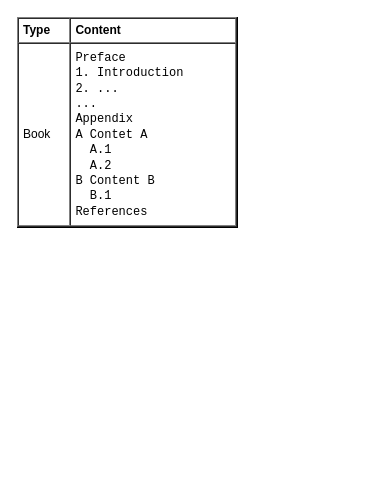
yangdj/tf_docs keeps this draw.io diagram as page "document" (4 of 5) of ux/ux.drawio. Above is the earlier version. Source tidied: cells renumbered, new cells numbered last; positions are measured from the earlier drawing's top-left corner, leaving out a move shared by most shapes. Both pictures are drawn from the tidied source at 100%, with x=0, y=0 at pixel (17, 17).
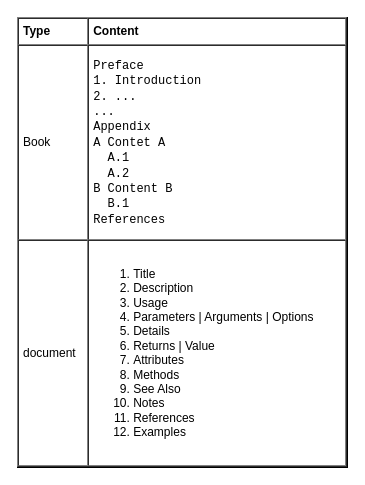
After the change.

What changed in the source:
```diff
@@
 <mxGraphModel>
   <root>
     <mxCell id="0" />
     <mxCell id="1" parent="0" />
-    <mxCell id="2" value="&lt;table cellpadding=&quot;4&quot; cellspacing=&quot;0&quot; border=&quot;1&quot; style=&quot;font-size: 1em ; width: 100% ; height: 100%&quot;&gt;&lt;tbody&gt;&lt;tr&gt;&lt;th&gt;Type&lt;/th&gt;&lt;th&gt;Content&lt;/th&gt;&lt;/tr&gt;&lt;tr&gt;&lt;td&gt;Book&lt;/td&gt;&lt;td&gt;&lt;font face=&quot;Courier New&quot;&gt;Preface&lt;br&gt;1. Introduction&lt;br&gt;2. ...&lt;br&gt;...&lt;br&gt;Appendix&lt;br&gt;A Contet A&lt;br&gt;&amp;nbsp; A.1&lt;br&gt;&amp;nbsp; A.2&lt;br&gt;B Content B&lt;br&gt;&amp;nbsp; B.1&lt;br&gt;References&lt;/font&gt;&lt;/td&gt;&lt;/tr&gt;&lt;/tbody&gt;&lt;/table&gt; " style="verticalAlign=top;align=left;overflow=fill;fontSize=12;fontFamily=Helvetica;html=1;" parent="1" vertex="1">
-      <mxGeometry width="220" height="210" as="geometry" />
+    <mxCell id="2" value="&lt;table cellpadding=&quot;4&quot; cellspacing=&quot;0&quot; border=&quot;1&quot; style=&quot;font-size: 1em ; width: 100% ; height: 100%&quot;&gt;&lt;tbody&gt;&lt;tr&gt;&lt;th&gt;Type&lt;/th&gt;&lt;th&gt;Content&lt;/th&gt;&lt;/tr&gt;&lt;tr&gt;&lt;td&gt;Book&lt;/td&gt;&lt;td&gt;&lt;font face=&quot;Courier New&quot;&gt;Preface&lt;br&gt;1. Introduction&lt;br&gt;2. ...&lt;br&gt;...&lt;br&gt;Appendix&lt;br&gt;A Contet A&lt;br&gt;&amp;nbsp; A.1&lt;br&gt;&amp;nbsp; A.2&lt;br&gt;B Content B&lt;br&gt;&amp;nbsp; B.1&lt;br&gt;References&lt;/font&gt;&lt;/td&gt;&lt;/tr&gt;&lt;tr&gt;&lt;td&gt;document&lt;/td&gt;&lt;td&gt;&lt;ol&gt;&lt;li&gt;Title&lt;/li&gt;&lt;li&gt;Description&lt;/li&gt;&lt;li&gt;Usage&lt;/li&gt;&lt;li&gt;Parameters | Arguments | Options&lt;/li&gt;&lt;li&gt;Details&lt;/li&gt;&lt;li&gt;Returns | Value&lt;/li&gt;&lt;li&gt;Attributes&lt;/li&gt;&lt;li&gt;Methods&lt;/li&gt;&lt;li&gt;See Also&lt;/li&gt;&lt;li&gt;Notes&lt;/li&gt;&lt;li&gt;References&lt;/li&gt;&lt;li&gt;Examples&lt;/li&gt;&lt;/ol&gt;&lt;/td&gt;&lt;/tr&gt;&lt;/tbody&gt;&lt;/table&gt; " style="verticalAlign=top;align=left;overflow=fill;fontSize=12;fontFamily=Helvetica;html=1;" parent="1" vertex="1">
+      <mxGeometry width="330" height="450" as="geometry" />
     </mxCell>
   </root>
 </mxGraphModel>
```
